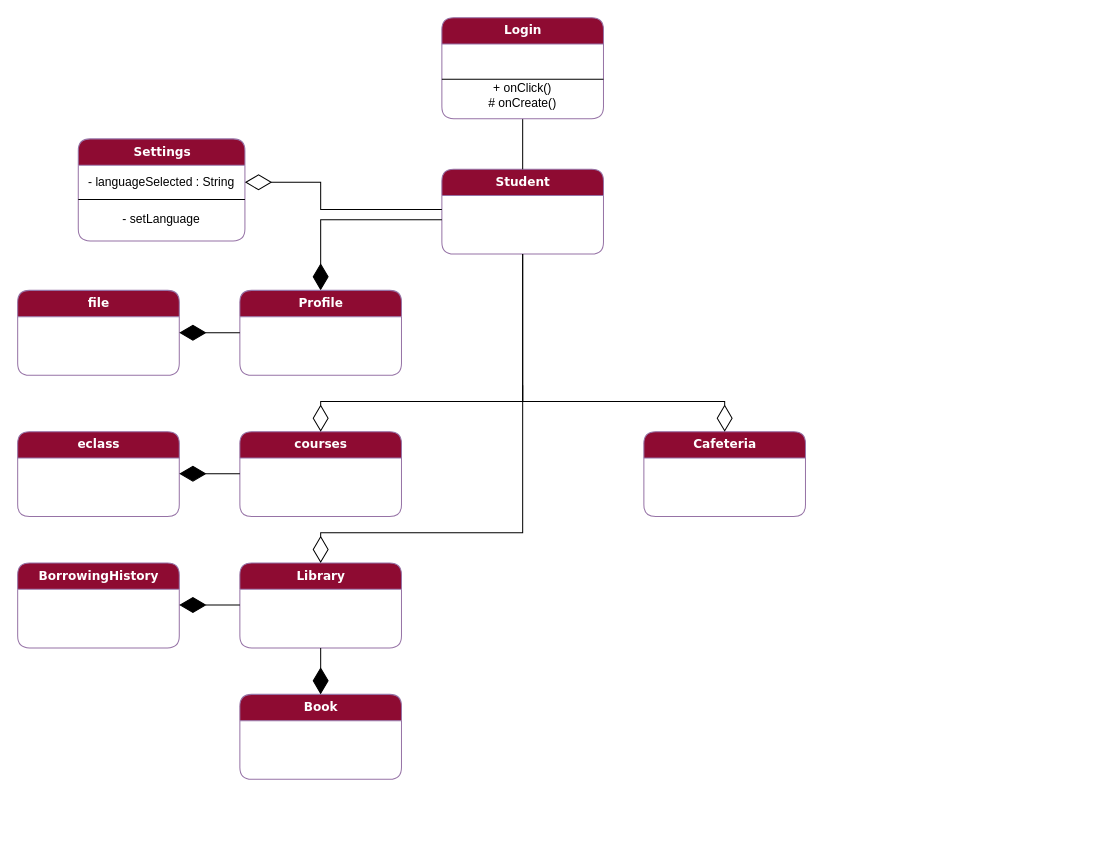
Above: docs/Contributions/Vaggelis/Phase 4/Domain-model-v0.3.drawio in Ibournakas/PaPapp (draw.io), before the change. Source tidied: cells renumbered, new cells numbered last; positions are measured from the earlier drawing's top-left corner, leaving out a move shared by most shapes. Both pictures are drawn from the tidied source at 101%, with x=0, y=0 at pixel (17, 17).
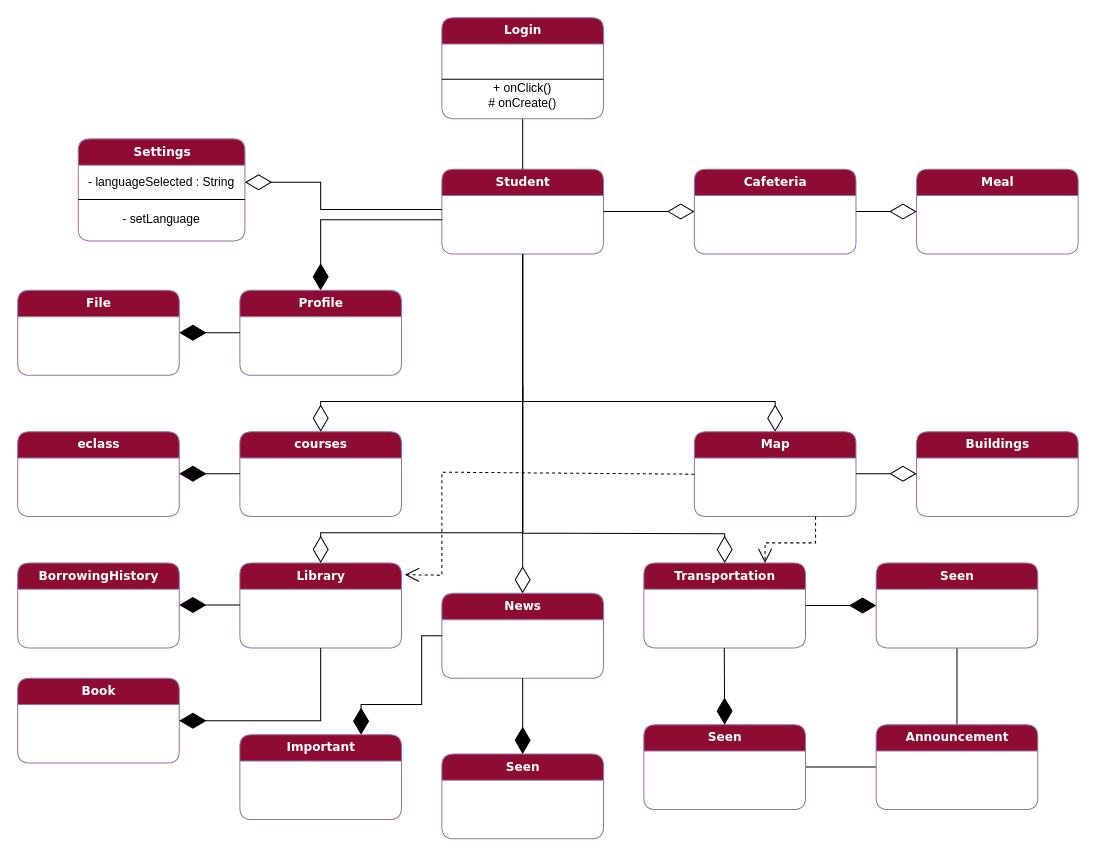
Above is the later version.

Unchanged cells that the change refers to:
```xml
<mxCell id="2" value="&lt;font color=&quot;#ffffff&quot;&gt;&lt;b&gt;Student&lt;/b&gt;&lt;/font&gt;" style="swimlane;html=1;fontStyle=0;horizontal=1;startSize=26;fillColor=#8e0b32;swimlaneFillColor=#ffffff;align=center;rounded=1;shadow=0;comic=0;labelBackgroundColor=none;strokeWidth=1;fontFamily=Verdana;fontSize=12;strokeColor=#9673a6;" parent="1" vertex="1">
  <mxGeometry x="420" y="150" width="160" height="84" as="geometry" />
</mxCell>
<mxCell id="24" value="&lt;font color=&quot;#ffffff&quot;&gt;&lt;b&gt;Library&lt;/b&gt;&lt;/font&gt;" style="swimlane;html=1;fontStyle=0;horizontal=1;startSize=26;fillColor=#8e0b32;swimlaneFillColor=#ffffff;align=center;rounded=1;shadow=0;comic=0;labelBackgroundColor=none;strokeWidth=1;fontFamily=Verdana;fontSize=12;strokeColor=#9673a6;" parent="1" vertex="1">
  <mxGeometry x="220" y="540" width="160" height="84" as="geometry" />
</mxCell>
```

Change to the diagram source:
```diff
@@
-    <mxCell id="5" value="&lt;font color=&quot;#ffffff&quot;&gt;&lt;b&gt;file&lt;/b&gt;&lt;/font&gt;" style="swimlane;html=1;fontStyle=0;horizontal=1;startSize=26;fillColor=#8e0b32;swimlaneFillColor=#ffffff;align=center;rounded=1;shadow=0;comic=0;labelBackgroundColor=none;strokeWidth=1;fontFamily=Verdana;fontSize=12;strokeColor=#9673a6;" parent="1" vertex="1">
+    <mxCell id="5" value="&lt;font color=&quot;#ffffff&quot;&gt;&lt;b&gt;File&lt;/b&gt;&lt;/font&gt;" style="swimlane;html=1;fontStyle=0;horizontal=1;startSize=26;fillColor=#8e0b32;swimlaneFillColor=#ffffff;align=center;rounded=1;shadow=0;comic=0;labelBackgroundColor=none;strokeWidth=1;fontFamily=Verdana;fontSize=12;strokeColor=#9673a6;" parent="1" vertex="1">
       <mxGeometry y="270" width="160" height="84" as="geometry" />
     </mxCell>
@@
     <mxCell id="28" value="&lt;font color=&quot;#ffffff&quot;&gt;&lt;b&gt;Book&lt;/b&gt;&lt;/font&gt;" style="swimlane;html=1;fontStyle=0;horizontal=1;startSize=26;fillColor=#8e0b32;swimlaneFillColor=#ffffff;align=center;rounded=1;shadow=0;comic=0;labelBackgroundColor=none;strokeWidth=1;fontFamily=Verdana;fontSize=12;strokeColor=#9673a6;" parent="1" vertex="1">
-      <mxGeometry x="220" y="670" width="160" height="84" as="geometry" />
+      <mxGeometry y="654" width="160" height="84" as="geometry" />
     </mxCell>
-    <mxCell id="29" style="endArrow=diamondThin;endFill=1;endSize=24;html=1;rounded=0;entryX=0.5;entryY=0;entryDx=0;entryDy=0;exitX=0.5;exitY=1;exitDx=0;exitDy=0;fontStyle=1;" parent="1" edge="1" source="24" target="28">
-      <mxGeometry relative="1" as="geometry" />
+    <mxCell id="29" style="endArrow=diamondThin;endFill=1;endSize=24;html=1;rounded=0;entryX=1;entryY=0.5;entryDx=0;entryDy=0;fontStyle=1;exitX=0.5;exitY=1;exitDx=0;exitDy=0;" parent="1" edge="1" source="24" target="28">
+      <mxGeometry relative="1" as="geometry">
+        <Array as="points">
+          <mxPoint x="300" y="696" />
+        </Array>
+      </mxGeometry>
     </mxCell>
     <mxCell id="30" value="&lt;font color=&quot;#ffffff&quot;&gt;&lt;b&gt;Cafeteria&lt;/b&gt;&lt;/font&gt;" style="swimlane;html=1;fontStyle=0;horizontal=1;startSize=26;fillColor=#8e0b32;swimlaneFillColor=#ffffff;align=center;rounded=1;shadow=0;comic=0;labelBackgroundColor=none;strokeWidth=1;fontFamily=Verdana;fontSize=12;strokeColor=#9673a6;" parent="1" vertex="1">
-      <mxGeometry x="620" y="410" width="160" height="84" as="geometry" />
+      <mxGeometry x="670" y="150" width="160" height="84" as="geometry" />
     </mxCell>
-    <mxCell id="31" style="endArrow=diamondThin;endFill=0;endSize=24;html=1;rounded=0;entryX=0.5;entryY=0;entryDx=0;entryDy=0;exitX=0.5;exitY=1;exitDx=0;exitDy=0;" parent="1" edge="1" source="2" target="30">
+    <mxCell id="31" style="endArrow=diamondThin;endFill=0;endSize=24;html=1;rounded=0;exitX=0.5;exitY=1;exitDx=0;exitDy=0;entryX=0.5;entryY=0;entryDx=0;entryDy=0;" parent="1" edge="1" source="2" target="49">
       <mxGeometry relative="1" as="geometry">
         <Array as="points">
           <mxPoint x="500" y="380" />
-          <mxPoint x="540" y="380" />
-          <mxPoint x="700" y="380" />
+          <mxPoint x="750" y="380" />
         </Array>
       </mxGeometry>
     </mxCell>
+    <mxCell id="32" value="&lt;font color=&quot;#ffffff&quot;&gt;&lt;b&gt;Meal&lt;/b&gt;&lt;/font&gt;" style="swimlane;html=1;fontStyle=0;horizontal=1;startSize=26;fillColor=#8e0b32;swimlaneFillColor=#ffffff;align=center;rounded=1;shadow=0;comic=0;labelBackgroundColor=none;strokeWidth=1;fontFamily=Verdana;fontSize=12;strokeColor=#9673a6;" parent="1" vertex="1">
+      <mxGeometry x="890" y="150" width="160" height="84" as="geometry" />
+    </mxCell>
+    <mxCell id="33" style="endArrow=diamondThin;endFill=0;endSize=24;html=1;rounded=0;exitX=1;exitY=0.5;exitDx=0;exitDy=0;entryX=0;entryY=0.5;entryDx=0;entryDy=0;" parent="1" edge="1" source="30" target="32">
+      <mxGeometry relative="1" as="geometry" />
+    </mxCell>
+    <mxCell id="34" value="&lt;font color=&quot;#ffffff&quot;&gt;&lt;b&gt;News&lt;/b&gt;&lt;/font&gt;" style="swimlane;html=1;fontStyle=0;horizontal=1;startSize=26;fillColor=#8e0b32;swimlaneFillColor=#ffffff;align=center;rounded=1;shadow=0;comic=0;labelBackgroundColor=none;strokeWidth=1;fontFamily=Verdana;fontSize=12;strokeColor=#9673a6;" parent="1" vertex="1">
+      <mxGeometry x="420" y="570" width="160" height="84" as="geometry" />
+    </mxCell>
+    <mxCell id="35" style="endArrow=diamondThin;endFill=0;endSize=24;html=1;rounded=0;entryX=0.5;entryY=0;entryDx=0;entryDy=0;exitX=0.5;exitY=1;exitDx=0;exitDy=0;" parent="1" edge="1" target="34">
+      <mxGeometry relative="1" as="geometry">
+        <mxPoint x="500" y="234" as="sourcePoint" />
+        <Array as="points">
+          <mxPoint x="500" y="380" />
+        </Array>
+      </mxGeometry>
+    </mxCell>
+    <mxCell id="36" value="&lt;font color=&quot;#ffffff&quot;&gt;&lt;b&gt;Important&lt;/b&gt;&lt;/font&gt;" style="swimlane;html=1;fontStyle=0;horizontal=1;startSize=26;fillColor=#8e0b32;swimlaneFillColor=#ffffff;align=center;rounded=1;shadow=0;comic=0;labelBackgroundColor=none;strokeWidth=1;fontFamily=Verdana;fontSize=12;strokeColor=#9673a6;" parent="1" vertex="1">
+      <mxGeometry x="220" y="710" width="160" height="84" as="geometry" />
+    </mxCell>
+    <mxCell id="37" value="&lt;font color=&quot;#ffffff&quot;&gt;&lt;b&gt;Seen&lt;/b&gt;&lt;/font&gt;" style="swimlane;html=1;fontStyle=0;horizontal=1;startSize=26;fillColor=#8e0b32;swimlaneFillColor=#ffffff;align=center;rounded=1;shadow=0;comic=0;labelBackgroundColor=none;strokeWidth=1;fontFamily=Verdana;fontSize=12;strokeColor=#9673a6;" parent="1" vertex="1">
+      <mxGeometry x="420" y="729" width="160" height="84" as="geometry" />
+    </mxCell>
+    <mxCell id="38" style="endArrow=diamondThin;endFill=1;endSize=24;html=1;rounded=0;entryX=0.75;entryY=0;entryDx=0;entryDy=0;fontStyle=1;exitX=0;exitY=0.5;exitDx=0;exitDy=0;" parent="1" edge="1" source="34" target="36">
+      <mxGeometry relative="1" as="geometry">
+        <Array as="points">
+          <mxPoint x="400" y="612" />
+          <mxPoint x="400" y="680" />
+          <mxPoint x="340" y="680" />
+        </Array>
+      </mxGeometry>
+    </mxCell>
+    <mxCell id="39" style="endArrow=diamondThin;endFill=1;endSize=24;html=1;rounded=0;entryX=0.5;entryY=0;entryDx=0;entryDy=0;fontStyle=1;exitX=0.5;exitY=1;exitDx=0;exitDy=0;" parent="1" edge="1" target="37">
+      <mxGeometry relative="1" as="geometry">
+        <mxPoint x="500" y="654" as="sourcePoint" />
+        <Array as="points">
+          <mxPoint x="500" y="726" />
+        </Array>
+      </mxGeometry>
+    </mxCell>
+    <mxCell id="40" value="&lt;font color=&quot;#ffffff&quot;&gt;&lt;b&gt;Transportation&lt;/b&gt;&lt;/font&gt;" style="swimlane;html=1;fontStyle=0;horizontal=1;startSize=26;fillColor=#8e0b32;swimlaneFillColor=#ffffff;align=center;rounded=1;shadow=0;comic=0;labelBackgroundColor=none;strokeWidth=1;fontFamily=Verdana;fontSize=12;strokeColor=#9673a6;" parent="1" vertex="1">
+      <mxGeometry x="620" y="540" width="160" height="84" as="geometry" />
+    </mxCell>
+    <mxCell id="41" style="endArrow=diamondThin;endFill=0;endSize=24;html=1;rounded=0;entryX=0.5;entryY=0;entryDx=0;entryDy=0;exitX=0.5;exitY=1;exitDx=0;exitDy=0;" parent="1" edge="1" target="40">
+      <mxGeometry relative="1" as="geometry">
+        <mxPoint x="500" y="364.5" as="sourcePoint" />
+        <Array as="points">
+          <mxPoint x="500" y="510.5" />
+          <mxPoint x="540" y="510.5" />
+          <mxPoint x="700" y="511" />
+        </Array>
+      </mxGeometry>
+    </mxCell>
+    <mxCell id="42" style="edgeStyle=orthogonalEdgeStyle;rounded=0;jettySize=auto;html=1;exitX=0.5;exitY=1;exitDx=0;exitDy=0;entryX=0.5;entryY=0;entryDx=0;entryDy=0;endArrow=none;endFill=0;" parent="1" edge="1" source="43" target="46">
+      <mxGeometry relative="1" as="geometry" />
+    </mxCell>
+    <mxCell id="43" value="&lt;font color=&quot;#ffffff&quot;&gt;&lt;b&gt;Seen&lt;/b&gt;&lt;/font&gt;" style="swimlane;html=1;fontStyle=0;horizontal=1;startSize=26;fillColor=#8e0b32;swimlaneFillColor=#ffffff;align=center;rounded=1;shadow=0;comic=0;labelBackgroundColor=none;strokeWidth=1;fontFamily=Verdana;fontSize=12;strokeColor=#9673a6;" parent="1" vertex="1">
+      <mxGeometry x="850" y="540" width="160" height="84" as="geometry" />
+    </mxCell>
+    <mxCell id="44" style="edgeStyle=orthogonalEdgeStyle;rounded=0;jettySize=auto;html=1;exitX=1;exitY=0.5;exitDx=0;exitDy=0;entryX=0;entryY=0.5;entryDx=0;entryDy=0;endArrow=none;endFill=0;" parent="1" edge="1" source="45" target="46">
+      <mxGeometry relative="1" as="geometry" />
+    </mxCell>
+    <mxCell id="45" value="&lt;font color=&quot;#ffffff&quot;&gt;&lt;b&gt;Seen&lt;/b&gt;&lt;/font&gt;" style="swimlane;html=1;fontStyle=0;horizontal=1;startSize=26;fillColor=#8e0b32;swimlaneFillColor=#ffffff;align=center;rounded=1;shadow=0;comic=0;labelBackgroundColor=none;strokeWidth=1;fontFamily=Verdana;fontSize=12;strokeColor=#9673a6;" parent="1" vertex="1">
+      <mxGeometry x="620" y="700" width="160" height="84" as="geometry" />
+    </mxCell>
+    <mxCell id="46" value="&lt;b style=&quot;border-color: var(--border-color); color: rgb(255, 255, 255);&quot;&gt;Announcement&lt;/b&gt;" style="swimlane;html=1;fontStyle=0;horizontal=1;startSize=26;fillColor=#8e0b32;swimlaneFillColor=#ffffff;align=center;rounded=1;shadow=0;comic=0;labelBackgroundColor=none;strokeWidth=1;fontFamily=Verdana;fontSize=12;strokeColor=#9673a6;" parent="1" vertex="1">
+      <mxGeometry x="850" y="700" width="160" height="84" as="geometry" />
+    </mxCell>
+    <mxCell id="47" style="endArrow=diamondThin;endFill=1;endSize=24;html=1;rounded=0;fontStyle=1;exitX=0.5;exitY=1;exitDx=0;exitDy=0;entryX=0.5;entryY=0;entryDx=0;entryDy=0;" parent="1" edge="1" target="45">
+      <mxGeometry relative="1" as="geometry">
+        <mxPoint x="699.6" y="624" as="sourcePoint" />
+      </mxGeometry>
+    </mxCell>
+    <mxCell id="48" style="endArrow=diamondThin;endFill=1;endSize=24;html=1;rounded=0;entryX=0;entryY=0.5;entryDx=0;entryDy=0;fontStyle=1;exitX=1;exitY=0.5;exitDx=0;exitDy=0;" parent="1" edge="1" source="40" target="43">
+      <mxGeometry relative="1" as="geometry">
+        <Array as="points">
+          <mxPoint x="810" y="582" />
+        </Array>
+      </mxGeometry>
+    </mxCell>
+    <mxCell id="49" value="&lt;font color=&quot;#ffffff&quot;&gt;&lt;b&gt;Map&lt;/b&gt;&lt;/font&gt;" style="swimlane;html=1;fontStyle=0;horizontal=1;startSize=26;fillColor=#8e0b32;swimlaneFillColor=#ffffff;align=center;rounded=1;shadow=0;comic=0;labelBackgroundColor=none;strokeWidth=1;fontFamily=Verdana;fontSize=12;strokeColor=#9673a6;" parent="1" vertex="1">
+      <mxGeometry x="670" y="410" width="160" height="84" as="geometry" />
+    </mxCell>
+    <mxCell id="50" style="endArrow=diamondThin;endFill=0;endSize=24;html=1;rounded=0;exitX=1;exitY=0.5;exitDx=0;exitDy=0;entryX=0;entryY=0.5;entryDx=0;entryDy=0;" parent="1" edge="1" source="2" target="30">
+      <mxGeometry relative="1" as="geometry" />
+    </mxCell>
+    <mxCell id="51" value="&lt;font color=&quot;#ffffff&quot;&gt;&lt;b&gt;Buildings&lt;/b&gt;&lt;/font&gt;" style="swimlane;html=1;fontStyle=0;horizontal=1;startSize=26;fillColor=#8e0b32;swimlaneFillColor=#ffffff;align=center;rounded=1;shadow=0;comic=0;labelBackgroundColor=none;strokeWidth=1;fontFamily=Verdana;fontSize=12;strokeColor=#9673a6;" parent="1" vertex="1">
+      <mxGeometry x="890" y="410" width="160" height="84" as="geometry" />
+    </mxCell>
+    <mxCell id="52" style="endArrow=diamondThin;endFill=0;endSize=24;html=1;rounded=0;exitX=1;exitY=0.5;exitDx=0;exitDy=0;entryX=0;entryY=0.5;entryDx=0;entryDy=0;" parent="1" edge="1">
+      <mxGeometry relative="1" as="geometry">
+        <mxPoint x="830" y="451.6" as="sourcePoint" />
+        <mxPoint x="890" y="451.6" as="targetPoint" />
+      </mxGeometry>
+    </mxCell>
+    <mxCell id="53" style="endArrow=open;endSize=12;dashed=1;html=1;rounded=0;exitX=0;exitY=0.5;exitDx=0;exitDy=0;entryX=1.021;entryY=0.137;entryDx=0;entryDy=0;entryPerimeter=0;" parent="1" edge="1" source="49" target="24">
+      <mxGeometry relative="1" as="geometry">
+        <Array as="points">
+          <mxPoint x="420" y="450" />
+          <mxPoint x="420" y="552" />
+        </Array>
+      </mxGeometry>
+    </mxCell>
+    <mxCell id="54" style="endArrow=open;endSize=12;dashed=1;html=1;rounded=0;entryX=0.75;entryY=0;entryDx=0;entryDy=0;exitX=0.75;exitY=1;exitDx=0;exitDy=0;" parent="1" edge="1" source="49" target="40">
+      <mxGeometry relative="1" as="geometry">
+        <Array as="points">
+          <mxPoint x="790" y="520" />
+          <mxPoint x="740" y="520" />
+        </Array>
+      </mxGeometry>
+    </mxCell>
```
